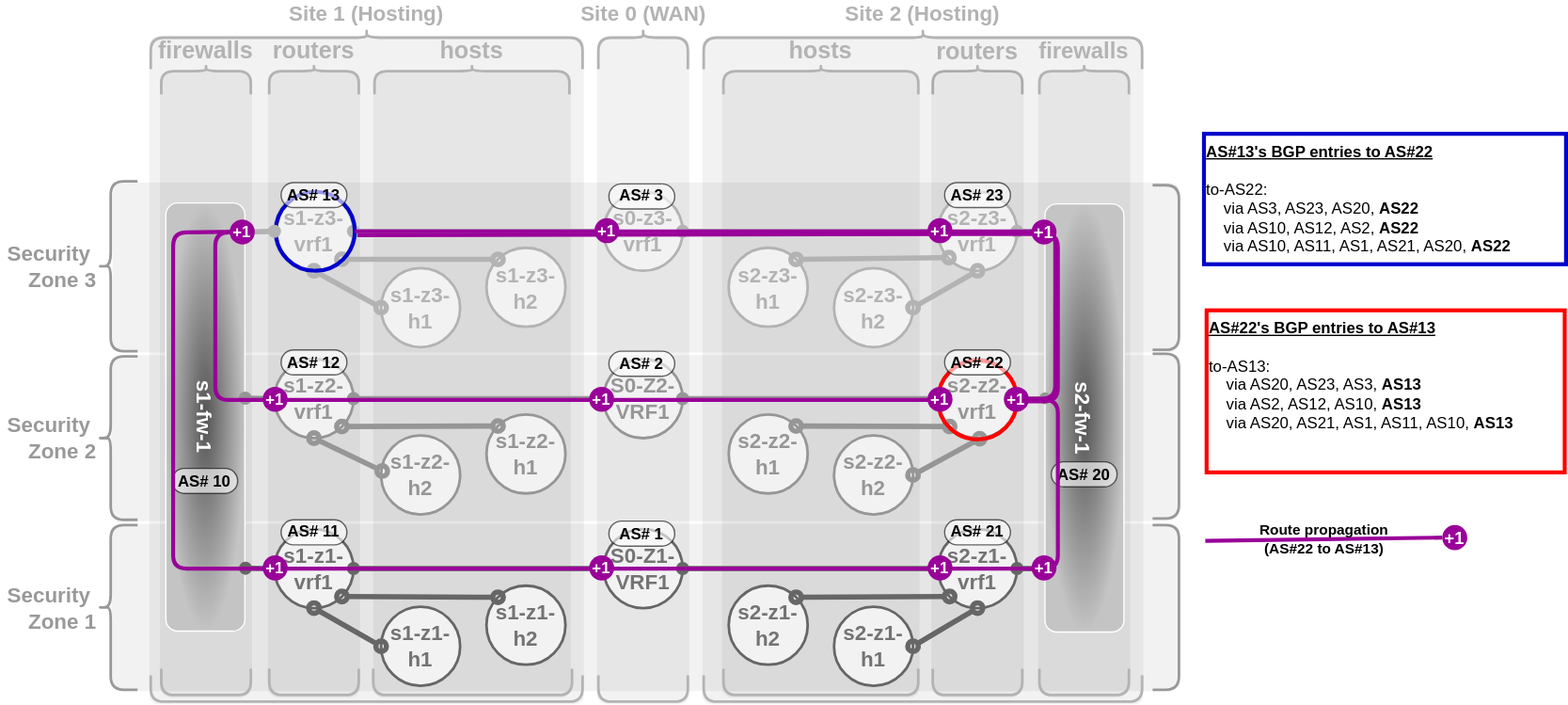
The draw.io diagram pages/1/3(ecmp-symmetric)/casestudy-2b.drawio.svg in menckend/alpha, before a commit. Source tidied: cells renumbered, new cells last; positions are measured from the earlier drawing's top-left corner, leaving out a move shared by most shapes.
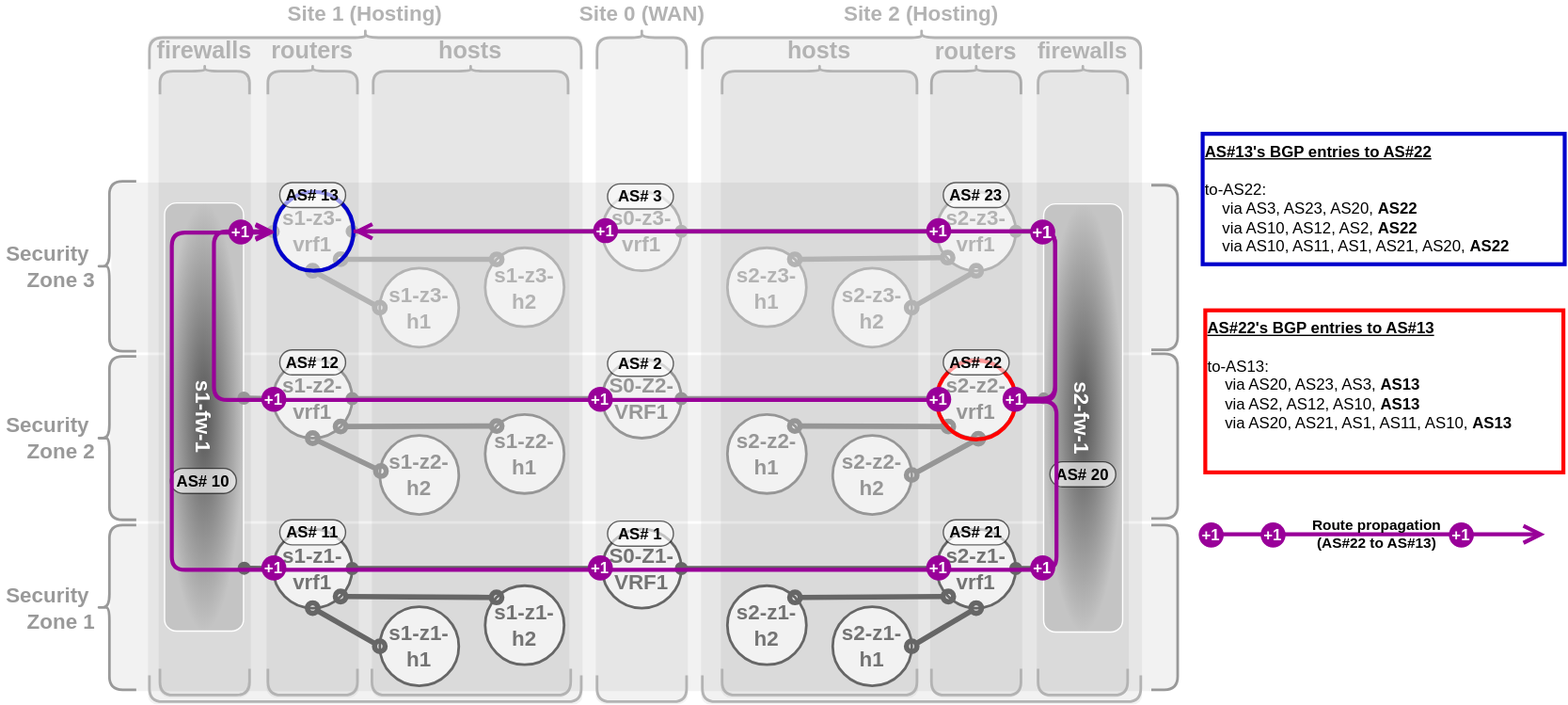
After the change.

Change to the diagram source:
```diff
@@ -250,18 +250,19 @@
     <mxCell id="83" style="endArrow=oval;startArrow=oval;html=1;strokeWidth=4;strokeColor=#B3B3B3;startFill=1;endFill=1;fontSize=18;fontStyle=1;entryX=1;entryY=0.5;entryDx=0;entryDy=0;edgeStyle=orthogonalEdgeStyle;exitX=0;exitY=0.5;exitDx=0;exitDy=0;" parent="1" edge="1" source="31" target="47">
       <mxGeometry relative="1" as="geometry" />
     </mxCell>
+    <mxCell id="111" style="endArrow=oval;startArrow=oval;html=1;strokeWidth=4;strokeColor=#B3B3B3;startFill=1;endFill=1;fontSize=18;fontStyle=1;entryX=0.068;entryY=0.004;entryDx=0;entryDy=0;entryPerimeter=0;" parent="1" edge="1" source="47" target="75">
+      <mxGeometry relative="1" as="geometry" />
+    </mxCell>
     <mxCell id="84" value="BGP" parent="0" />
     <mxCell id="85" style="ellipse;whiteSpace=wrap;html=1;strokeWidth=3;strokeColor=#0000CC;fontSize=16;fontStyle=1;fillColor=none;fillStyle=solid;fontColor=#B3B3B3;" parent="84" vertex="1">
       <mxGeometry x="216" y="123" width="60" height="60" as="geometry" />
     </mxCell>
-    <mxCell id="86" style="endArrow=none;html=1;rounded=1;strokeColor=#990099;strokeWidth=3;entryX=0;entryY=0.5;entryDx=0;entryDy=0;exitX=1;exitY=0.5;exitDx=0;exitDy=0;edgeStyle=orthogonalEdgeStyle;curved=0;" parent="84" edge="1">
+    <mxCell id="86" style="endArrow=none;html=1;rounded=1;strokeColor=#990099;strokeWidth=3;entryX=0;entryY=0.5;entryDx=0;entryDy=0;exitX=1;exitY=0.5;exitDx=0;exitDy=0;edgeStyle=orthogonalEdgeStyle;curved=0;" parent="84" edge="1" source="85">
       <mxGeometry relative="1" as="geometry">
-        <mxPoint x="278" y="156" as="sourcePoint" />
         <mxPoint x="780" y="282" as="targetPoint" />
         <Array as="points">
-          <mxPoint x="278" y="155" />
-          <mxPoint x="810" y="155" />
-          <mxPoint x="810" y="282" />
+          <mxPoint x="809" y="153" />
+          <mxPoint x="809" y="282" />
         </Array>
       </mxGeometry>
     </mxCell>
@@ -295,11 +296,11 @@
     <mxCell id="96" style="ellipse;whiteSpace=wrap;html=1;strokeWidth=3;strokeColor=#FF0000;fontSize=16;fontStyle=1;fillColor=none;fillStyle=solid;fontColor=#B3B3B3;" parent="84" vertex="1">
       <mxGeometry x="719" y="251" width="60" height="60" as="geometry" />
     </mxCell>
-    <mxCell id="97" style="endArrow=none;html=1;rounded=1;strokeColor=#990099;strokeWidth=3;entryX=0;entryY=0.5;entryDx=0;entryDy=0;exitX=0;exitY=0.5;exitDx=0;exitDy=0;edgeStyle=orthogonalEdgeStyle;curved=0;" parent="84" edge="1" target="96">
+    <mxCell id="97" style="endArrow=none;html=1;rounded=1;strokeColor=#990099;strokeWidth=3;entryX=0;entryY=0.5;entryDx=0;entryDy=0;exitX=0;exitY=0.5;exitDx=0;exitDy=0;edgeStyle=orthogonalEdgeStyle;curved=0;startArrow=open;startFill=0;endSize=8;startSize=8;" parent="84" edge="1" target="96">
       <mxGeometry relative="1" as="geometry">
         <mxPoint x="216" y="153" as="sourcePoint" />
         <Array as="points">
-          <mxPoint x="170" y="154" />
+          <mxPoint x="170" y="153" />
           <mxPoint x="170" y="281" />
         </Array>
       </mxGeometry>
@@ -313,14 +314,13 @@
     <mxCell id="100" value="+1" style="ellipse;whiteSpace=wrap;html=1;strokeWidth=3;strokeColor=none;fontSize=12;fontStyle=1;fillColor=#990099;fillStyle=solid;fontColor=#FFFFFF;" parent="84" vertex="1">
       <mxGeometry x="206" y="271" width="19" height="19" as="geometry" />
     </mxCell>
-    <mxCell id="101" style="endArrow=none;html=1;rounded=1;strokeColor=#990099;strokeWidth=3;entryX=0;entryY=0.5;entryDx=0;entryDy=0;exitX=1;exitY=0.5;exitDx=0;exitDy=0;edgeStyle=orthogonalEdgeStyle;curved=0;" parent="84" edge="1">
+    <mxCell id="101" style="endArrow=none;html=1;rounded=1;strokeColor=#990099;strokeWidth=3;entryX=0;entryY=0.5;entryDx=0;entryDy=0;exitX=1;exitY=0.5;exitDx=0;exitDy=0;edgeStyle=orthogonalEdgeStyle;curved=0;startArrow=open;startFill=0;endSize=8;startSize=8;" parent="84" edge="1">
       <mxGeometry relative="1" as="geometry">
         <mxPoint x="276" y="153" as="sourcePoint" />
         <mxPoint x="778" y="280" as="targetPoint" />
         <Array as="points">
-          <mxPoint x="276" y="153" />
-          <mxPoint x="808" y="153" />
-          <mxPoint x="808" y="280" />
+          <mxPoint x="809" y="153" />
+          <mxPoint x="809" y="280" />
         </Array>
       </mxGeometry>
     </mxCell>
@@ -333,14 +333,15 @@
     <mxCell id="104" value="&lt;b&gt;&lt;u&gt;AS#22's BGP entries to AS#13&lt;/u&gt;&lt;/b&gt;&lt;div&gt;&lt;br&gt;&lt;/div&gt;&lt;div&gt;to-AS13:&lt;/div&gt;&lt;div&gt;&amp;nbsp; &amp;nbsp; via AS20, AS23, AS3, &lt;b&gt;AS13&lt;/b&gt;&lt;/div&gt;&lt;div&gt;&amp;nbsp; &amp;nbsp; via AS2, AS12, AS10, &lt;b&gt;AS13&lt;/b&gt;&lt;br&gt;&lt;/div&gt;&lt;div&gt;&amp;nbsp; &amp;nbsp; via AS20, AS21, AS1, AS11, AS10,&amp;nbsp;&lt;b&gt;AS13&lt;/b&gt;&lt;b&gt;&lt;br&gt;&lt;/b&gt;&lt;/div&gt;&lt;div&gt;&lt;b&gt;&lt;span style=&quot;white-space: pre;&quot;&gt;&#9;&lt;/span&gt;&lt;br&gt;&lt;/b&gt;&lt;/div&gt;&lt;div&gt;&lt;b&gt;&lt;br&gt;&lt;/b&gt;&lt;/div&gt;" style="rounded=0;whiteSpace=wrap;html=1;align=left;verticalAlign=top;strokeColor=#FF0000;strokeWidth=3;" parent="84" vertex="1">
       <mxGeometry x="923" y="213" width="272" height="123" as="geometry" />
     </mxCell>
-    <mxCell id="105" style="endArrow=none;html=1;rounded=1;strokeColor=#990099;strokeWidth=3;entryX=1;entryY=0.5;entryDx=0;entryDy=0;exitX=0;exitY=0.5;exitDx=0;exitDy=0;edgeStyle=orthogonalEdgeStyle;curved=0;" parent="84" edge="1" target="96">
+    <mxCell id="105" style="endArrow=none;html=1;rounded=1;strokeColor=#990099;strokeWidth=3;entryX=1;entryY=0.5;entryDx=0;entryDy=0;exitX=0;exitY=0.5;exitDx=0;exitDy=0;edgeStyle=orthogonalEdgeStyle;curved=0;startArrow=open;startFill=0;endSize=8;startSize=8;" parent="84" edge="1">
       <mxGeometry relative="1" as="geometry">
-        <mxPoint x="216" y="153" as="sourcePoint" />
+        <mxPoint x="216" y="154" as="sourcePoint" />
+        <mxPoint x="779" y="282" as="targetPoint" />
         <Array as="points">
           <mxPoint x="138" y="154" />
-          <mxPoint x="138" y="409" />
-          <mxPoint x="810" y="409" />
-          <mxPoint x="810" y="281" />
+          <mxPoint x="138" y="410" />
+          <mxPoint x="810" y="410" />
+          <mxPoint x="810" y="282" />
         </Array>
       </mxGeometry>
     </mxCell>
@@ -359,9 +360,6 @@
     <mxCell id="110" value="+1" style="ellipse;whiteSpace=wrap;html=1;strokeWidth=3;strokeColor=none;fontSize=12;fontStyle=1;fillColor=#990099;fillStyle=solid;fontColor=#FFFFFF;" parent="84" vertex="1">
       <mxGeometry x="790" y="399" width="19" height="19" as="geometry" />
     </mxCell>
-    <mxCell id="111" style="endArrow=oval;startArrow=oval;html=1;strokeWidth=4;strokeColor=#B3B3B3;startFill=1;endFill=1;fontSize=18;fontStyle=1;entryX=0.068;entryY=0.004;entryDx=0;entryDy=0;entryPerimeter=0;" parent="84" edge="1" source="47" target="75">
-      <mxGeometry relative="1" as="geometry" />
-    </mxCell>
     <mxCell id="112" value="+1" style="ellipse;whiteSpace=wrap;html=1;strokeWidth=3;strokeColor=none;fontSize=13;fontStyle=1;fillColor=#990099;fillStyle=solid;fontColor=#FFFFFF;" parent="84" vertex="1">
       <mxGeometry x="790" y="144" width="19" height="19" as="geometry" />
     </mxCell>
@@ -374,16 +372,23 @@
     <mxCell id="115" value="+1" style="ellipse;whiteSpace=wrap;html=1;strokeWidth=3;strokeColor=none;fontSize=12;fontStyle=1;fillColor=#990099;fillStyle=solid;fontColor=#FFFFFF;" parent="84" vertex="1">
       <mxGeometry x="711" y="143" width="19" height="19" as="geometry" />
     </mxCell>
+    <mxCell id="118" value="&lt;b&gt;AS# 13&lt;/b&gt;" style="rounded=1;whiteSpace=wrap;html=1;arcSize=50;opacity=60;" parent="84" vertex="1">
+      <mxGeometry x="220" y="116" width="50" height="19" as="geometry" />
+    </mxCell>
-    <mxCell id="116" value="Route propagation&lt;div&gt;(AS#22 to AS#13)&lt;/div&gt;" style="endArrow=none;html=1;rounded=1;strokeColor=#990099;strokeWidth=3;entryX=0;entryY=0.5;entryDx=0;entryDy=0;labelBackgroundColor=none;fontStyle=1;" parent="84" edge="1" target="117">
+    <mxCell id="116" value="Route propagation&lt;div&gt;(AS#22 to AS#13)&lt;/div&gt;" style="endArrow=open;html=1;rounded=1;strokeColor=#990099;strokeWidth=3;labelBackgroundColor=none;fontStyle=1;endFill=0;endSize=10;" parent="84" edge="1">
       <mxGeometry relative="1" as="geometry">
-        <mxPoint x="922" y="388" as="sourcePoint" />
+        <mxPoint x="924" y="383" as="sourcePoint" />
+        <mxPoint x="1181" y="383" as="targetPoint" />
       </mxGeometry>
     </mxCell>
-    <mxCell id="117" value="+1" style="ellipse;whiteSpace=wrap;html=1;strokeWidth=3;strokeColor=none;fontSize=13;fontStyle=1;fillColor=#990099;fillStyle=solid;fontColor=#FFFFFF;" parent="84" vertex="1">
-      <mxGeometry x="1102" y="376" width="19" height="19" as="geometry" />
-    </mxCell>
-    <mxCell id="118" value="&lt;b&gt;AS# 13&lt;/b&gt;" style="rounded=1;whiteSpace=wrap;html=1;arcSize=50;opacity=60;" parent="84" vertex="1">
-      <mxGeometry x="220" y="116" width="50" height="19" as="geometry" />
-    </mxCell>
+    <mxCell id="119" value="+1" style="ellipse;whiteSpace=wrap;html=1;strokeWidth=3;strokeColor=none;fontSize=12;fontStyle=1;fillColor=#990099;fillStyle=solid;fontColor=#FFFFFF;" parent="84" vertex="1">
+      <mxGeometry x="918" y="374" width="19" height="19" as="geometry" />
+    </mxCell>
+    <mxCell id="120" value="+1" style="ellipse;whiteSpace=wrap;html=1;strokeWidth=3;strokeColor=none;fontSize=12;fontStyle=1;fillColor=#990099;fillStyle=solid;fontColor=#FFFFFF;" parent="84" vertex="1">
+      <mxGeometry x="1108" y="374" width="19" height="19" as="geometry" />
+    </mxCell>
+    <mxCell id="121" value="+1" style="ellipse;whiteSpace=wrap;html=1;strokeWidth=3;strokeColor=none;fontSize=12;fontStyle=1;fillColor=#990099;fillStyle=solid;fontColor=#FFFFFF;" parent="84" vertex="1">
+      <mxGeometry x="965" y="374" width="19" height="19" as="geometry" />
+    </mxCell>
   </root>
 </mxGraphModel>
```
